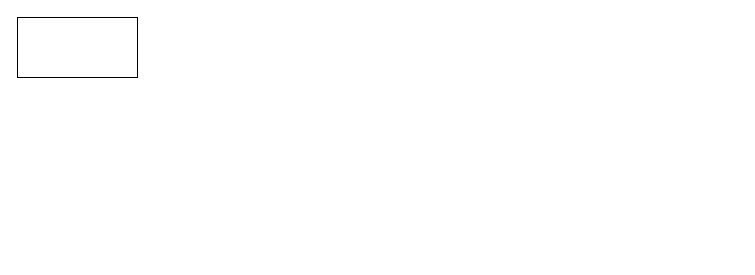
Earlier version of the draw.io diagram page "Themes" (1 of 5) of Software Requriements/DrawIO/Untitled Diagram.drawio (xavizus/Yet-another-CMS). Source tidied: cells renumbered, new cells numbered last; positions are measured from the earlier drawing's top-left corner, leaving out a move shared by most shapes. Both pictures are drawn from the tidied source at 100%, with x=0, y=0 at pixel (17, 17).
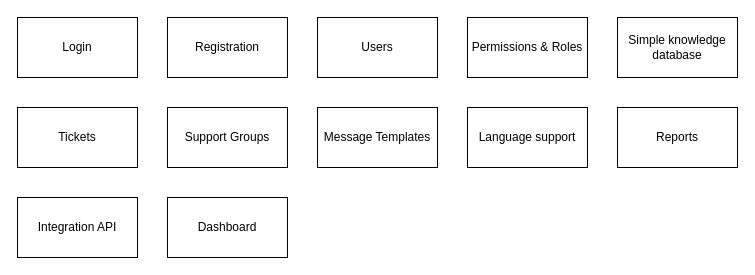
After the change.

Diff of the diagram source:
```diff
@@
 <mxGraphModel>
   <root>
     <mxCell id="0" />
     <mxCell id="1" parent="0" />
-    <mxCell id="2" style="rounded=0;whiteSpace=wrap;html=1;" parent="1" vertex="1">
+    <mxCell id="2" value="Login" style="rounded=0;whiteSpace=wrap;html=1;" parent="1" vertex="1">
       <mxGeometry width="120" height="60" as="geometry" />
     </mxCell>
+    <mxCell id="3" value="Registration" style="rounded=0;whiteSpace=wrap;html=1;" parent="1" vertex="1">
+      <mxGeometry x="150" width="120" height="60" as="geometry" />
+    </mxCell>
+    <mxCell id="4" value="Users" style="rounded=0;whiteSpace=wrap;html=1;" parent="1" vertex="1">
+      <mxGeometry x="300" width="120" height="60" as="geometry" />
+    </mxCell>
+    <mxCell id="5" value="Permissions &amp;amp; Roles" style="rounded=0;whiteSpace=wrap;html=1;" parent="1" vertex="1">
+      <mxGeometry x="450" width="120" height="60" as="geometry" />
+    </mxCell>
+    <mxCell id="6" value="&lt;div&gt;Tickets&lt;/div&gt;" style="rounded=0;whiteSpace=wrap;html=1;" parent="1" vertex="1">
+      <mxGeometry y="90" width="120" height="60" as="geometry" />
+    </mxCell>
+    <mxCell id="7" value="Support Groups" style="rounded=0;whiteSpace=wrap;html=1;" parent="1" vertex="1">
+      <mxGeometry x="150" y="90" width="120" height="60" as="geometry" />
+    </mxCell>
+    <mxCell id="8" value="Message Templates" style="rounded=0;whiteSpace=wrap;html=1;" parent="1" vertex="1">
+      <mxGeometry x="300" y="90" width="120" height="60" as="geometry" />
+    </mxCell>
+    <mxCell id="9" value="&lt;div&gt;Language support&lt;/div&gt;" style="rounded=0;whiteSpace=wrap;html=1;" parent="1" vertex="1">
+      <mxGeometry x="450" y="90" width="120" height="60" as="geometry" />
+    </mxCell>
+    <mxCell id="10" value="Simple knowledge database" style="rounded=0;whiteSpace=wrap;html=1;" parent="1" vertex="1">
+      <mxGeometry x="600" width="120" height="60" as="geometry" />
+    </mxCell>
+    <mxCell id="11" value="&lt;div&gt;Reports&lt;/div&gt;" style="rounded=0;whiteSpace=wrap;html=1;" parent="1" vertex="1">
+      <mxGeometry x="600" y="90" width="120" height="60" as="geometry" />
+    </mxCell>
+    <mxCell id="12" value="Integration API" style="rounded=0;whiteSpace=wrap;html=1;" parent="1" vertex="1">
+      <mxGeometry y="180" width="120" height="60" as="geometry" />
+    </mxCell>
+    <mxCell id="13" value="Dashboard" style="rounded=0;whiteSpace=wrap;html=1;" parent="1" vertex="1">
+      <mxGeometry x="150" y="180" width="120" height="60" as="geometry" />
+    </mxCell>
   </root>
 </mxGraphModel>
```
